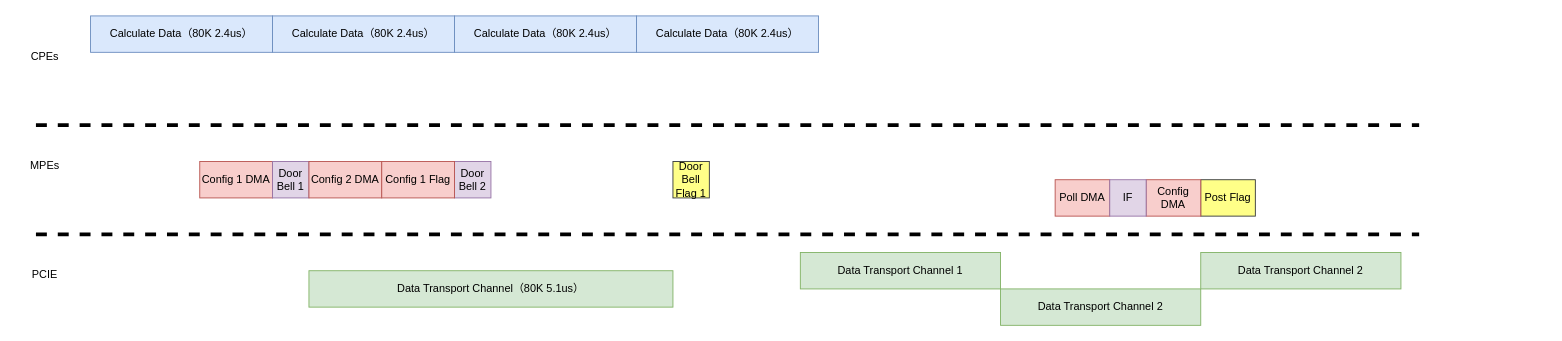
Above: Lantency_Graph/Latency_Work_FLow.drawio in BEYHHH/SBLP (draw.io), before the change. Source tidied: cells renumbered, new cells numbered last; positions are measured from the earlier drawing's top-left corner, leaving out a move shared by most shapes. Both pictures are drawn from the tidied source at 91%, with x=0, y=0 at pixel (17, 15).
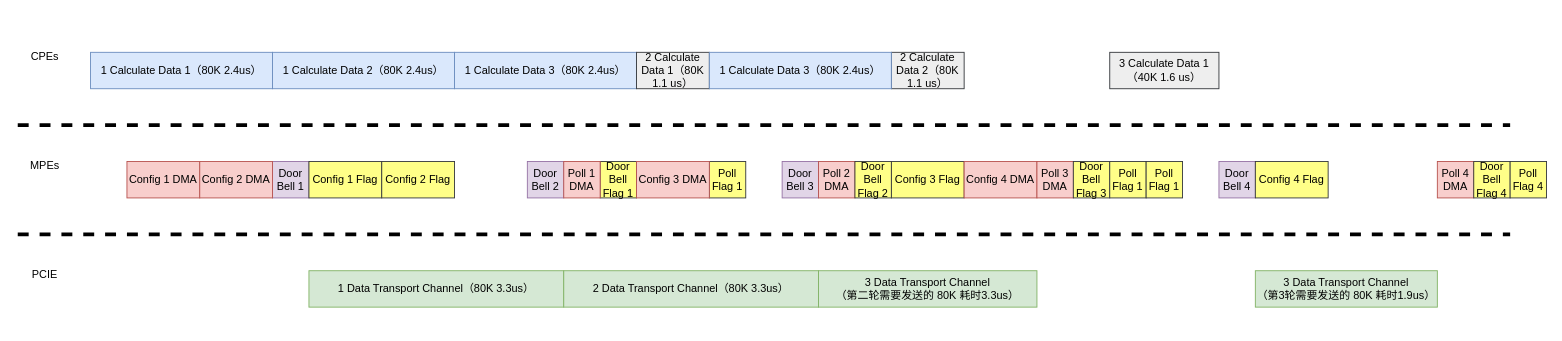
Above is the later version.

What changed in the source:
```diff
@@
     <mxCell id="2" value="Config 1 DMA" style="rounded=0;whiteSpace=wrap;html=1;fillColor=#f8cecc;strokeColor=#b85450;" parent="1" vertex="1">
-      <mxGeometry x="200" y="160" width="80" height="40" as="geometry" />
+      <mxGeometry x="120" y="160" width="80" height="40" as="geometry" />
     </mxCell>
@@
-    <mxCell id="4" value="Poll DMA" style="rounded=0;whiteSpace=wrap;html=1;fillColor=#f8cecc;strokeColor=#b85450;" parent="1" vertex="1">
-      <mxGeometry x="1140" y="180" width="60" height="40" as="geometry" />
-    </mxCell>
-    <mxCell id="5" style="endArrow=none;dashed=1;html=1;rounded=0;strokeWidth=4;" parent="1" edge="1">
-      <mxGeometry relative="1" as="geometry">
-        <mxPoint x="20" y="120" as="sourcePoint" />
-        <mxPoint x="1540" y="120" as="targetPoint" />
-      </mxGeometry>
-    </mxCell>
-    <mxCell id="6" style="endArrow=none;dashed=1;html=1;rounded=0;strokeWidth=4;" parent="1" edge="1">
-      <mxGeometry relative="1" as="geometry">
-        <mxPoint x="20" y="240" as="sourcePoint" />
-        <mxPoint x="1540" y="240" as="targetPoint" />
-      </mxGeometry>
-    </mxCell>
     <mxCell id="7" value="Door&lt;br&gt;Bell Flag 1" style="rounded=0;whiteSpace=wrap;html=1;fillColor=#ffff88;strokeColor=#36393d;" parent="1" vertex="1">
-      <mxGeometry x="720" y="160" width="40" height="40" as="geometry" />
+      <mxGeometry x="640" y="160" width="40" height="40" as="geometry" />
     </mxCell>
-    <mxCell id="8" value="Post Flag" style="rounded=0;whiteSpace=wrap;html=1;fillColor=#ffff88;strokeColor=#36393d;" parent="1" vertex="1">
-      <mxGeometry x="1300" y="180" width="60" height="40" as="geometry" />
-    </mxCell>
-    <mxCell id="9" value="Data Transport Channel 2" style="rounded=0;whiteSpace=wrap;html=1;fillColor=#d5e8d4;strokeColor=#82b366;" parent="1" vertex="1">
-      <mxGeometry x="1080" y="300" width="220" height="40" as="geometry" />
-    </mxCell>
-    <mxCell id="10" value="Data Transport Channel（80K 5.1us）" style="rounded=0;whiteSpace=wrap;html=1;fillColor=#d5e8d4;strokeColor=#82b366;" parent="1" vertex="1">
-      <mxGeometry x="320" y="280" width="400" height="40" as="geometry" />
-    </mxCell>
-    <mxCell id="11" value="Config DMA" style="rounded=0;whiteSpace=wrap;html=1;fillColor=#f8cecc;strokeColor=#b85450;" parent="1" vertex="1">
-      <mxGeometry x="1240" y="180" width="60" height="40" as="geometry" />
-    </mxCell>
-    <mxCell id="12" value="IF" style="rounded=0;whiteSpace=wrap;html=1;fillColor=#e1d5e7;strokeColor=#9673a6;" parent="1" vertex="1">
-      <mxGeometry x="1200" y="180" width="40" height="40" as="geometry" />
-    </mxCell>
-    <mxCell id="13" value="Data Transport Channel 1" style="rounded=0;whiteSpace=wrap;html=1;fillColor=#d5e8d4;strokeColor=#82b366;" parent="1" vertex="1">
-      <mxGeometry x="860" y="260" width="220" height="40" as="geometry" />
-    </mxCell>
-    <mxCell id="14" value="Calculate Data（80K 2.4us）" style="rounded=0;whiteSpace=wrap;html=1;fillColor=#dae8fc;strokeColor=#6c8ebf;" parent="1" vertex="1">
-      <mxGeometry x="80" width="200" height="40" as="geometry" />
-    </mxCell>
-    <mxCell id="15" value="Data Transport Channel 2" style="rounded=0;whiteSpace=wrap;html=1;fillColor=#d5e8d4;strokeColor=#82b366;" parent="1" vertex="1">
-      <mxGeometry x="1300" y="260" width="220" height="40" as="geometry" />
-    </mxCell>
+    <mxCell id="25" value="1 Data Transport Channel（80K 3.3us）" style="rounded=0;whiteSpace=wrap;html=1;fillColor=#d5e8d4;strokeColor=#82b366;" parent="1" vertex="1">
+      <mxGeometry x="320" y="280" width="280" height="40" as="geometry" />
+    </mxCell>
+    <mxCell id="26" value="1 Calculate Data 1（80K 2.4us）" style="rounded=0;whiteSpace=wrap;html=1;fillColor=#dae8fc;strokeColor=#6c8ebf;" parent="1" vertex="1">
+      <mxGeometry x="80" y="40" width="200" height="40" as="geometry" />
+    </mxCell>
@@
-    <mxCell id="19" value="Calculate Data（80K 2.4us）" style="rounded=0;whiteSpace=wrap;html=1;fillColor=#dae8fc;strokeColor=#6c8ebf;" parent="1" vertex="1">
-      <mxGeometry x="280" width="200" height="40" as="geometry" />
-    </mxCell>
+    <mxCell id="27" value="1 Calculate Data 2（80K 2.4us）" style="rounded=0;whiteSpace=wrap;html=1;fillColor=#dae8fc;strokeColor=#6c8ebf;" parent="1" vertex="1">
+      <mxGeometry x="280" y="40" width="200" height="40" as="geometry" />
+    </mxCell>
     <mxCell id="20" value="Config 2 DMA" style="rounded=0;whiteSpace=wrap;html=1;fillColor=#f8cecc;strokeColor=#b85450;" parent="1" vertex="1">
-      <mxGeometry x="320" y="160" width="80" height="40" as="geometry" />
+      <mxGeometry x="200" y="160" width="80" height="40" as="geometry" />
     </mxCell>
     <mxCell id="21" value="Door&lt;br&gt;Bell 2" style="rounded=0;whiteSpace=wrap;html=1;fillColor=#e1d5e7;strokeColor=#9673a6;" parent="1" vertex="1">
-      <mxGeometry x="480" y="160" width="40" height="40" as="geometry" />
+      <mxGeometry x="560" y="160" width="40" height="40" as="geometry" />
     </mxCell>
-    <mxCell id="22" value="Config 1&amp;nbsp;Flag" style="rounded=0;whiteSpace=wrap;html=1;fillColor=#f8cecc;strokeColor=#b85450;" parent="1" vertex="1">
-      <mxGeometry x="400" y="160" width="80" height="40" as="geometry" />
+    <mxCell id="22" value="Config 1&amp;nbsp;Flag" style="rounded=0;whiteSpace=wrap;html=1;fillColor=#ffff88;strokeColor=#36393d;" parent="1" vertex="1">
+      <mxGeometry x="320" y="160" width="80" height="40" as="geometry" />
     </mxCell>
-    <mxCell id="23" value="Calculate Data（80K 2.4us）" style="rounded=0;whiteSpace=wrap;html=1;fillColor=#dae8fc;strokeColor=#6c8ebf;" parent="1" vertex="1">
-      <mxGeometry x="480" width="200" height="40" as="geometry" />
-    </mxCell>
-    <mxCell id="24" value="Calculate Data（80K 2.4us）" style="rounded=0;whiteSpace=wrap;html=1;fillColor=#dae8fc;strokeColor=#6c8ebf;" parent="1" vertex="1">
-      <mxGeometry x="680" width="200" height="40" as="geometry" />
-    </mxCell>
+    <mxCell id="28" value="1 Calculate Data 3（80K 2.4us）" style="rounded=0;whiteSpace=wrap;html=1;fillColor=#dae8fc;strokeColor=#6c8ebf;" parent="1" vertex="1">
+      <mxGeometry x="480" y="40" width="200" height="40" as="geometry" />
+    </mxCell>
+    <mxCell id="29" value="2 Calculate Data 1（80K&lt;br&gt;1.1 us）" style="rounded=0;whiteSpace=wrap;html=1;fillColor=#eeeeee;strokeColor=#36393d;" parent="1" vertex="1">
+      <mxGeometry x="680" y="40" width="80" height="40" as="geometry" />
+    </mxCell>
+    <mxCell id="30" value="Poll 1 DMA" style="rounded=0;whiteSpace=wrap;html=1;fillColor=#f8cecc;strokeColor=#b85450;" parent="1" vertex="1">
+      <mxGeometry x="600" y="160" width="40" height="40" as="geometry" />
+    </mxCell>
+    <mxCell id="31" value="2 Data Transport Channel（80K 3.3us）" style="rounded=0;whiteSpace=wrap;html=1;fillColor=#d5e8d4;strokeColor=#82b366;" parent="1" vertex="1">
+      <mxGeometry x="600" y="280" width="280" height="40" as="geometry" />
+    </mxCell>
+    <mxCell id="32" value="Poll&lt;br&gt;Flag 1" style="rounded=0;whiteSpace=wrap;html=1;fillColor=#ffff88;strokeColor=#36393d;" parent="1" vertex="1">
+      <mxGeometry x="760" y="160" width="40" height="40" as="geometry" />
+    </mxCell>
+    <mxCell id="33" value="Config 3 DMA" style="rounded=0;whiteSpace=wrap;html=1;fillColor=#f8cecc;strokeColor=#b85450;" parent="1" vertex="1">
+      <mxGeometry x="680" y="160" width="80" height="40" as="geometry" />
+    </mxCell>
+    <mxCell id="34" value="Door&lt;br&gt;Bell 3" style="rounded=0;whiteSpace=wrap;html=1;fillColor=#e1d5e7;strokeColor=#9673a6;" parent="1" vertex="1">
+      <mxGeometry x="840" y="160" width="40" height="40" as="geometry" />
+    </mxCell>
+    <mxCell id="35" value="3 Data Transport Channel&lt;br&gt;（第二轮需要发送的 80K 耗时3.3us）" style="rounded=0;whiteSpace=wrap;html=1;fillColor=#d5e8d4;strokeColor=#82b366;" parent="1" vertex="1">
+      <mxGeometry x="880" y="280" width="240" height="40" as="geometry" />
+    </mxCell>
+    <mxCell id="36" value="2 Calculate Data 2（80K 1.1 us）" style="rounded=0;whiteSpace=wrap;html=1;fillColor=#eeeeee;strokeColor=#36393d;" parent="1" vertex="1">
+      <mxGeometry x="960" y="40" width="80" height="40" as="geometry" />
+    </mxCell>
+    <mxCell id="37" value="Config 2 Flag" style="rounded=0;whiteSpace=wrap;html=1;fillColor=#ffff88;strokeColor=#36393d;" parent="1" vertex="1">
+      <mxGeometry x="400" y="160" width="80" height="40" as="geometry" />
+    </mxCell>
+    <mxCell id="38" value="Config 3 Flag" style="rounded=0;whiteSpace=wrap;html=1;fillColor=#ffff88;strokeColor=#36393d;" parent="1" vertex="1">
+      <mxGeometry x="960" y="160" width="80" height="40" as="geometry" />
+    </mxCell>
+    <mxCell id="39" value="1 Calculate Data 3（80K 2.4us）" style="rounded=0;whiteSpace=wrap;html=1;fillColor=#dae8fc;strokeColor=#6c8ebf;" parent="1" vertex="1">
+      <mxGeometry x="760" y="40" width="200" height="40" as="geometry" />
+    </mxCell>
+    <mxCell id="40" value="Poll 2 DMA" style="rounded=0;whiteSpace=wrap;html=1;fillColor=#f8cecc;strokeColor=#b85450;" parent="1" vertex="1">
+      <mxGeometry x="880" y="160" width="40" height="40" as="geometry" />
+    </mxCell>
+    <mxCell id="41" value="Door&lt;br&gt;Bell Flag 2" style="rounded=0;whiteSpace=wrap;html=1;fillColor=#ffff88;strokeColor=#36393d;" parent="1" vertex="1">
+      <mxGeometry x="920" y="160" width="40" height="40" as="geometry" />
+    </mxCell>
+    <mxCell id="42" style="endArrow=none;dashed=1;html=1;rounded=0;strokeWidth=4;" parent="1" edge="1">
+      <mxGeometry relative="1" as="geometry">
+        <mxPoint y="120" as="sourcePoint" />
+        <mxPoint x="1640" y="120" as="targetPoint" />
+      </mxGeometry>
+    </mxCell>
+    <mxCell id="43" style="endArrow=none;dashed=1;html=1;rounded=0;strokeWidth=4;" parent="1" edge="1">
+      <mxGeometry relative="1" as="geometry">
+        <mxPoint y="240" as="sourcePoint" />
+        <mxPoint x="1640" y="240" as="targetPoint" />
+      </mxGeometry>
+    </mxCell>
+    <mxCell id="44" value="Config 4 DMA" style="rounded=0;whiteSpace=wrap;html=1;fillColor=#f8cecc;strokeColor=#b85450;" parent="1" vertex="1">
+      <mxGeometry x="1040" y="160" width="80" height="40" as="geometry" />
+    </mxCell>
+    <mxCell id="45" value="Poll 3 DMA" style="rounded=0;whiteSpace=wrap;html=1;fillColor=#f8cecc;strokeColor=#b85450;" parent="1" vertex="1">
+      <mxGeometry x="1120" y="160" width="40" height="40" as="geometry" />
+    </mxCell>
+    <mxCell id="46" value="Door&lt;br&gt;Bell Flag 3" style="rounded=0;whiteSpace=wrap;html=1;fillColor=#ffff88;strokeColor=#36393d;" parent="1" vertex="1">
+      <mxGeometry x="1160" y="160" width="40" height="40" as="geometry" />
+    </mxCell>
+    <mxCell id="47" value="3 Calculate Data 1（40K 1.6 us）" style="rounded=0;whiteSpace=wrap;html=1;fillColor=#eeeeee;strokeColor=#36393d;" parent="1" vertex="1">
+      <mxGeometry x="1200" y="40" width="120" height="40" as="geometry" />
+    </mxCell>
+    <mxCell id="48" value="Door&lt;br&gt;Bell 4" style="rounded=0;whiteSpace=wrap;html=1;fillColor=#e1d5e7;strokeColor=#9673a6;" parent="1" vertex="1">
+      <mxGeometry x="1320" y="160" width="40" height="40" as="geometry" />
+    </mxCell>
+    <mxCell id="49" value="3 Data Transport Channel&lt;br&gt;（第3轮需要发送的 80K 耗时1.9us）" style="rounded=0;whiteSpace=wrap;html=1;fillColor=#d5e8d4;strokeColor=#82b366;" parent="1" vertex="1">
+      <mxGeometry x="1360" y="280" width="200" height="40" as="geometry" />
+    </mxCell>
+    <mxCell id="50" value="Config 4 Flag" style="rounded=0;whiteSpace=wrap;html=1;fillColor=#ffff88;strokeColor=#36393d;" parent="1" vertex="1">
+      <mxGeometry x="1360" y="160" width="80" height="40" as="geometry" />
+    </mxCell>
+    <mxCell id="51" value="Poll 4 DMA" style="rounded=0;whiteSpace=wrap;html=1;fillColor=#f8cecc;strokeColor=#b85450;" parent="1" vertex="1">
+      <mxGeometry x="1560" y="160" width="40" height="40" as="geometry" />
+    </mxCell>
+    <mxCell id="52" value="Door&lt;br&gt;Bell Flag 4" style="rounded=0;whiteSpace=wrap;html=1;fillColor=#ffff88;strokeColor=#36393d;" parent="1" vertex="1">
+      <mxGeometry x="1600" y="160" width="40" height="40" as="geometry" />
+    </mxCell>
+    <mxCell id="53" value="Poll&lt;br&gt;Flag 1" style="rounded=0;whiteSpace=wrap;html=1;fillColor=#ffff88;strokeColor=#36393d;" parent="1" vertex="1">
+      <mxGeometry x="1200" y="160" width="40" height="40" as="geometry" />
+    </mxCell>
+    <mxCell id="54" value="Poll&lt;br&gt;Flag 1" style="rounded=0;whiteSpace=wrap;html=1;fillColor=#ffff88;strokeColor=#36393d;" parent="1" vertex="1">
+      <mxGeometry x="1240" y="160" width="40" height="40" as="geometry" />
+    </mxCell>
+    <mxCell id="55" value="Poll&lt;br&gt;Flag 4" style="rounded=0;whiteSpace=wrap;html=1;fillColor=#ffff88;strokeColor=#36393d;" parent="1" vertex="1">
+      <mxGeometry x="1640" y="160" width="40" height="40" as="geometry" />
+    </mxCell>
```
